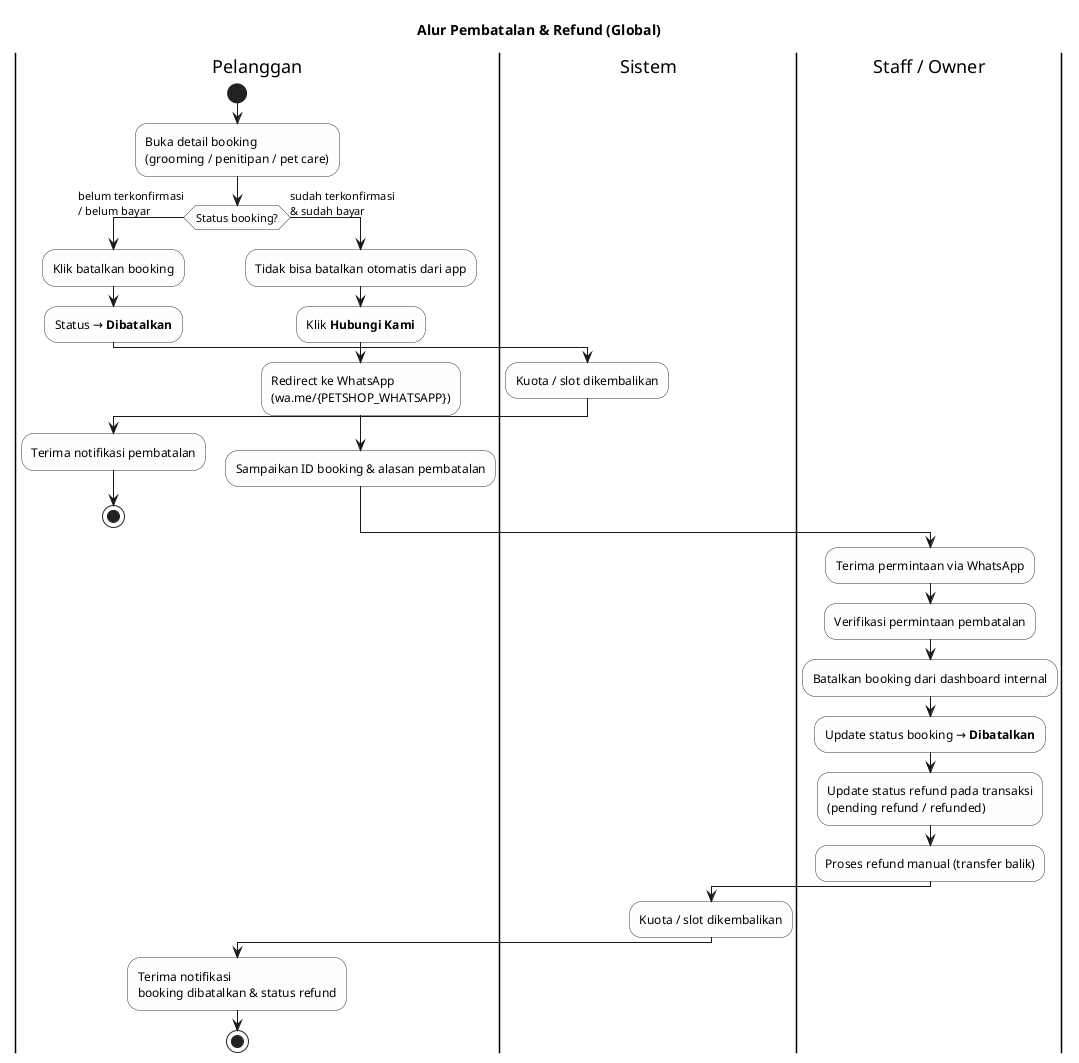
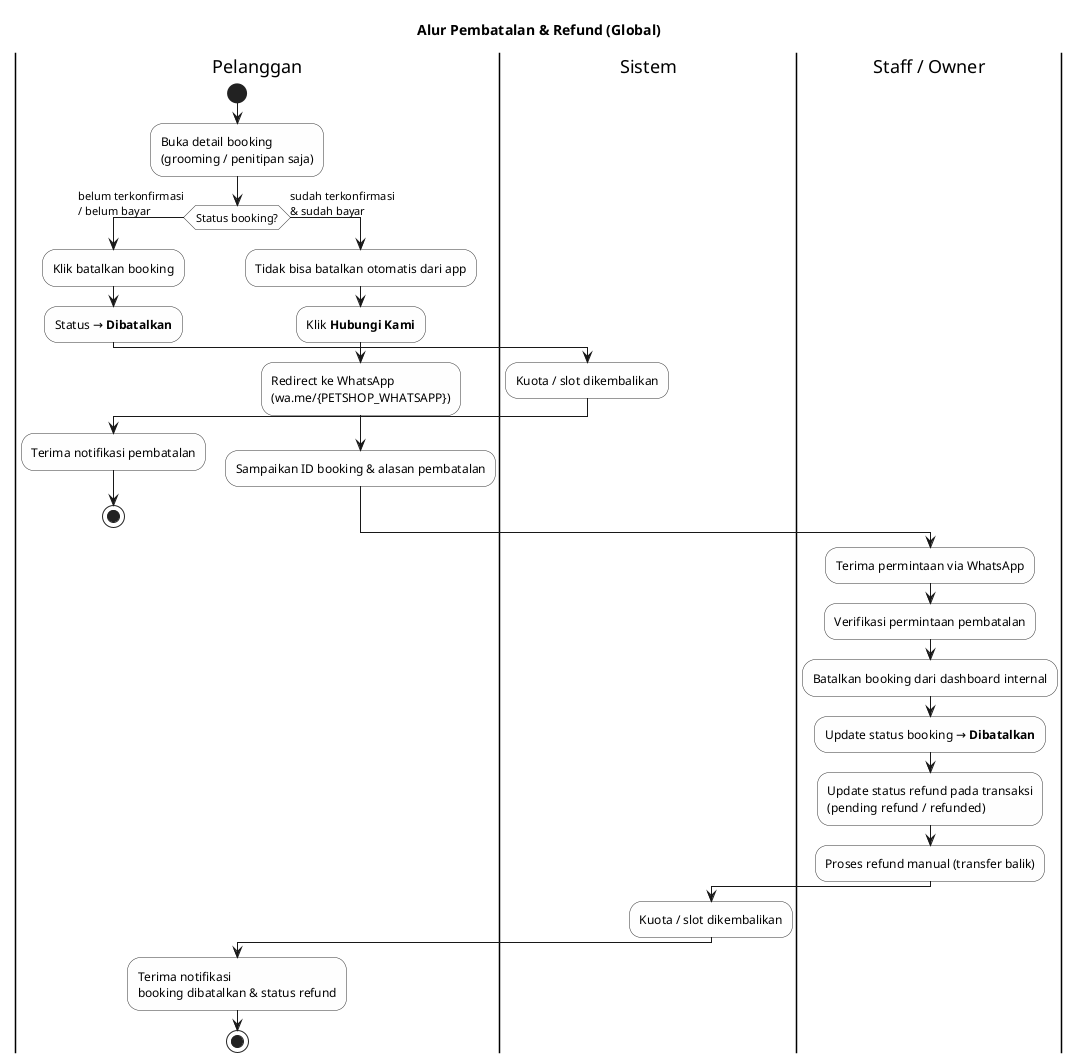
@startuml activity-pembatalan-refund
skinparam activity {
  BackgroundColor #FEFEFE
  BorderColor #333333
}

title Alur Pembatalan & Refund (Global)

|Pelanggan|
start
- :Buka detail booking\n(grooming / penitipan / pet care);
+ :Buka detail booking\n(grooming / penitipan saja);

if (Status booking?) then (belum terkonfirmasi\n/ belum bayar)
  :Klik batalkan booking;
  :Status → **Dibatalkan**;
  |Sistem|
  :Kuota / slot dikembalikan;
  |Pelanggan|
  :Terima notifikasi pembatalan;
  stop
else (sudah terkonfirmasi\n& sudah bayar)
  :Tidak bisa batalkan otomatis dari app;
  :Klik **Hubungi Kami**;
  :Redirect ke WhatsApp\n(wa.me/{PETSHOP_WHATSAPP});
  :Sampaikan ID booking & alasan pembatalan;
endif

|Staff / Owner|
:Terima permintaan via WhatsApp;
:Verifikasi permintaan pembatalan;
:Batalkan booking dari dashboard internal;
:Update status booking → **Dibatalkan**;
:Update status refund pada transaksi\n(pending refund / refunded);
:Proses refund manual (transfer balik);
|Sistem|
:Kuota / slot dikembalikan;

|Pelanggan|
:Terima notifikasi\nbooking dibatalkan & status refund;

stop
@enduml
